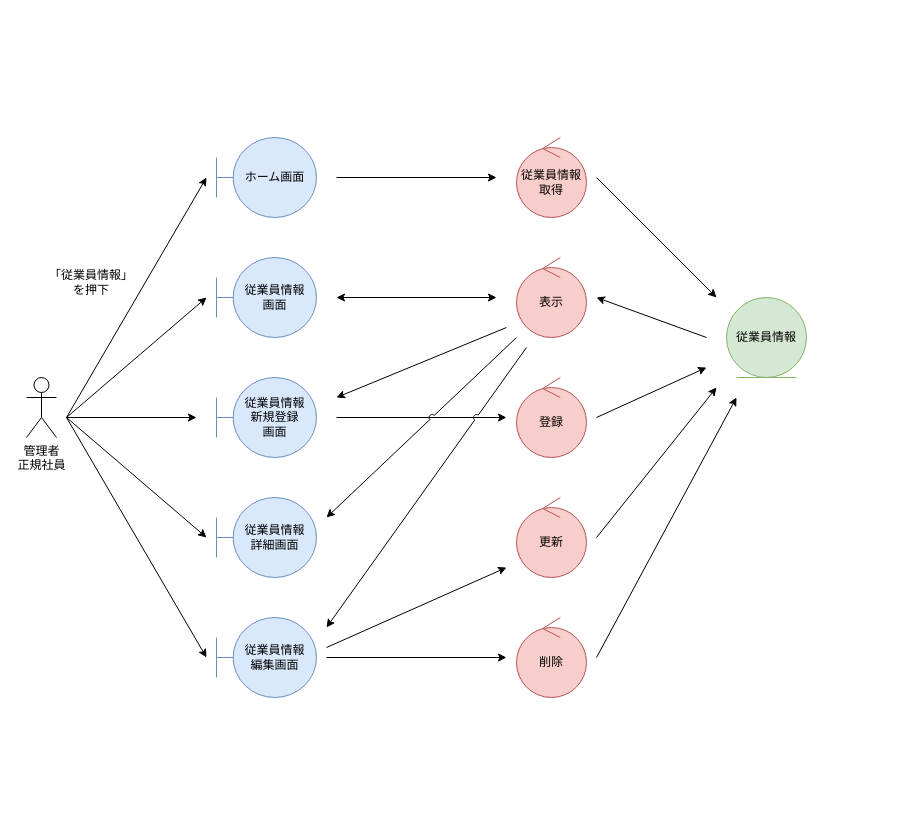
The draw.io diagram page "従業員情報管理" (1 of 8) of 各種設計書/3ロバストネス図/人事管理/従業員情報管理.drawio in HaruShim/Sotuken, before the edit. Source tidied: cells renumbered, new cells numbered last; positions are measured from the earlier drawing's top-left corner, leaving out a move shared by most shapes. Both pictures are drawn from the tidied source at 100%, with x=0, y=0 at pixel (26, 137).
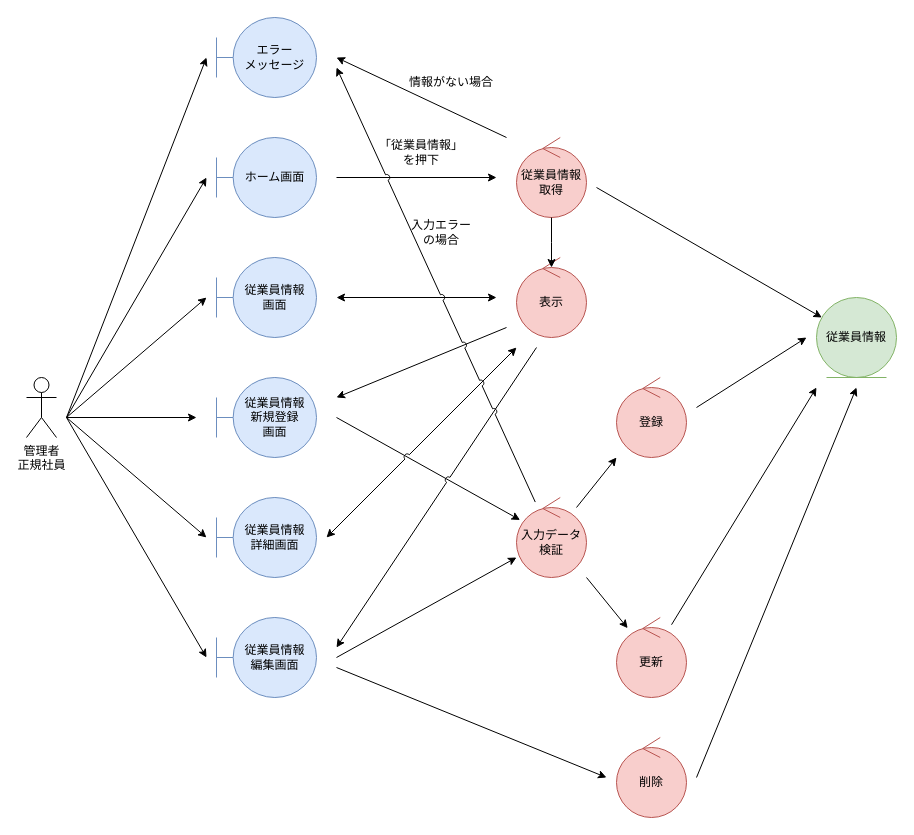
The same page after the edit.

Unchanged cells that the change refers to:
```xml
<mxCell id="6" value="従業員情報取得" style="ellipse;shape=umlControl;whiteSpace=wrap;html=1;fillColor=#f8cecc;strokeColor=#b85450;" parent="1" vertex="1">
  <mxGeometry x="490" width="70" height="80" as="geometry" />
</mxCell>
```

Diff of the diagram source:
```diff
@@
     <mxCell id="7" value="従業員情報" style="ellipse;shape=umlEntity;whiteSpace=wrap;html=1;fillColor=#d5e8d4;strokeColor=#82b366;" parent="1" vertex="1">
-      <mxGeometry x="700" y="160" width="80" height="80" as="geometry" />
+      <mxGeometry x="790" y="160" width="80" height="80" as="geometry" />
     </mxCell>
@@
     <mxCell id="9" value="登録" style="ellipse;shape=umlControl;whiteSpace=wrap;html=1;fillColor=#f8cecc;strokeColor=#b85450;" parent="1" vertex="1">
-      <mxGeometry x="490" y="240" width="70" height="80" as="geometry" />
+      <mxGeometry x="590" y="240" width="70" height="80" as="geometry" />
     </mxCell>
@@
     <mxCell id="11" value="更新" style="ellipse;shape=umlControl;whiteSpace=wrap;html=1;fillColor=#f8cecc;strokeColor=#b85450;" parent="1" vertex="1">
-      <mxGeometry x="490" y="360" width="70" height="80" as="geometry" />
+      <mxGeometry x="590" y="480" width="70" height="80" as="geometry" />
     </mxCell>
-    <mxCell id="12" value="削除" style="ellipse;shape=umlControl;whiteSpace=wrap;html=1;fillColor=#f8cecc;strokeColor=#b85450;" parent="1" vertex="1">
-      <mxGeometry x="490" y="480" width="70" height="80" as="geometry" />
-    </mxCell>
@@
-    <mxCell id="14" style="endArrow=classic;html=1;rounded=0;" parent="1" edge="1">
-      <mxGeometry relative="1" as="geometry">
-        <mxPoint x="570" y="40" as="sourcePoint" />
-        <mxPoint x="690" y="160" as="targetPoint" />
-      </mxGeometry>
-    </mxCell>
-    <mxCell id="15" style="endArrow=classic;html=1;rounded=0;" parent="1" edge="1">
-      <mxGeometry relative="1" as="geometry">
-        <mxPoint x="680" y="200" as="sourcePoint" />
-        <mxPoint x="570" y="160" as="targetPoint" />
-      </mxGeometry>
-    </mxCell>
@@
-    <mxCell id="17" style="endArrow=classic;html=1;rounded=0;" parent="1" edge="1">
-      <mxGeometry relative="1" as="geometry">
-        <mxPoint x="310" y="280" as="sourcePoint" />
-        <mxPoint x="480" y="280" as="targetPoint" />
-      </mxGeometry>
-    </mxCell>
-    <mxCell id="18" style="endArrow=classic;html=1;rounded=0;" parent="1" edge="1">
-      <mxGeometry relative="1" as="geometry">
-        <mxPoint x="570" y="280" as="sourcePoint" />
-        <mxPoint x="680" y="230" as="targetPoint" />
-      </mxGeometry>
-    </mxCell>
-    <mxCell id="19" style="endArrow=classic;html=1;rounded=0;jumpStyle=arc;" parent="1" edge="1">
-      <mxGeometry relative="1" as="geometry">
-        <mxPoint x="490" y="200" as="sourcePoint" />
-        <mxPoint x="300" y="380" as="targetPoint" />
-      </mxGeometry>
-    </mxCell>
@@
-    <mxCell id="21" style="endArrow=classic;html=1;rounded=0;jumpStyle=arc;" parent="1" edge="1">
-      <mxGeometry relative="1" as="geometry">
-        <mxPoint x="500" y="210" as="sourcePoint" />
-        <mxPoint x="300" y="490" as="targetPoint" />
-      </mxGeometry>
-    </mxCell>
-    <mxCell id="22" style="endArrow=classic;html=1;rounded=0;" parent="1" edge="1">
-      <mxGeometry relative="1" as="geometry">
-        <mxPoint x="300" y="510" as="sourcePoint" />
-        <mxPoint x="480" y="430" as="targetPoint" />
-      </mxGeometry>
-    </mxCell>
-    <mxCell id="23" style="endArrow=classic;html=1;rounded=0;" parent="1" edge="1">
-      <mxGeometry relative="1" as="geometry">
-        <mxPoint x="570" y="400" as="sourcePoint" />
-        <mxPoint x="690" y="250" as="targetPoint" />
-      </mxGeometry>
-    </mxCell>
-    <mxCell id="24" style="endArrow=classic;html=1;rounded=0;" parent="1" edge="1">
-      <mxGeometry relative="1" as="geometry">
-        <mxPoint x="300" y="520" as="sourcePoint" />
-        <mxPoint x="480" y="520" as="targetPoint" />
-      </mxGeometry>
-    </mxCell>
-    <mxCell id="25" style="endArrow=classic;html=1;rounded=0;" parent="1" edge="1">
-      <mxGeometry relative="1" as="geometry">
-        <mxPoint x="570" y="520" as="sourcePoint" />
-        <mxPoint x="710" y="260" as="targetPoint" />
-      </mxGeometry>
-    </mxCell>
     <mxCell id="26" value="「従業員情報」&lt;br&gt;を押下" style="text;html=1;strokeColor=none;fillColor=none;align=center;verticalAlign=middle;whiteSpace=wrap;rounded=0;" parent="1" vertex="1">
-      <mxGeometry x="20" y="130" width="90" height="30" as="geometry" />
+      <mxGeometry x="350" width="90" height="30" as="geometry" />
     </mxCell>
@@
+    <mxCell id="33" value="エラー&lt;br&gt;メッセージ" style="shape=umlBoundary;whiteSpace=wrap;html=1;fillColor=#dae8fc;strokeColor=#6c8ebf;" parent="1" vertex="1">
+      <mxGeometry x="190" y="-120" width="100" height="80" as="geometry" />
+    </mxCell>
+    <mxCell id="34" style="endArrow=classic;html=1;rounded=0;" parent="1" edge="1">
+      <mxGeometry relative="1" as="geometry">
+        <mxPoint x="480" as="sourcePoint" />
+        <mxPoint x="310" y="-80" as="targetPoint" />
+      </mxGeometry>
+    </mxCell>
+    <mxCell id="35" style="endArrow=classic;html=1;rounded=0;" parent="1" edge="1">
+      <mxGeometry relative="1" as="geometry">
+        <mxPoint x="40" y="280" as="sourcePoint" />
+        <mxPoint x="180" y="-80" as="targetPoint" />
+      </mxGeometry>
+    </mxCell>
+    <mxCell id="36" value="情報がない場合" style="text;html=1;strokeColor=none;fillColor=none;align=center;verticalAlign=middle;whiteSpace=wrap;rounded=0;" parent="1" vertex="1">
+      <mxGeometry x="380" y="-70" width="90" height="30" as="geometry" />
+    </mxCell>
+    <mxCell id="37" value="入力データ検証" style="ellipse;shape=umlControl;whiteSpace=wrap;html=1;fillColor=#f8cecc;strokeColor=#b85450;" parent="1" vertex="1">
+      <mxGeometry x="490" y="360" width="70" height="80" as="geometry" />
+    </mxCell>
+    <mxCell id="12" value="削除" style="ellipse;shape=umlControl;whiteSpace=wrap;html=1;fillColor=#f8cecc;strokeColor=#b85450;" parent="1" vertex="1">
+      <mxGeometry x="590" y="600" width="70" height="80" as="geometry" />
+    </mxCell>
+    <mxCell id="38" style="endArrow=classic;html=1;rounded=0;" parent="1" edge="1" target="37">
+      <mxGeometry relative="1" as="geometry">
+        <mxPoint x="310" y="280" as="sourcePoint" />
+      </mxGeometry>
+    </mxCell>
+    <mxCell id="39" style="endArrow=classic;html=1;rounded=0;" parent="1" edge="1">
+      <mxGeometry relative="1" as="geometry">
+        <mxPoint x="550" y="370" as="sourcePoint" />
+        <mxPoint x="590" y="320" as="targetPoint" />
+      </mxGeometry>
+    </mxCell>
+    <mxCell id="40" style="endArrow=classic;html=1;rounded=0;entryX=0;entryY=0.75;entryDx=0;entryDy=0;entryPerimeter=0;" parent="1" edge="1" target="37">
+      <mxGeometry relative="1" as="geometry">
+        <mxPoint x="310" y="520" as="sourcePoint" />
+      </mxGeometry>
+    </mxCell>
+    <mxCell id="41" style="endArrow=classic;html=1;rounded=0;" parent="1" edge="1" target="11">
+      <mxGeometry relative="1" as="geometry">
+        <mxPoint x="560" y="440" as="sourcePoint" />
+      </mxGeometry>
+    </mxCell>
+    <mxCell id="42" style="endArrow=classic;html=1;rounded=0;" parent="1" edge="1">
+      <mxGeometry relative="1" as="geometry">
+        <mxPoint x="670" y="270" as="sourcePoint" />
+        <mxPoint x="780" y="200" as="targetPoint" />
+      </mxGeometry>
+    </mxCell>
+    <mxCell id="43" style="endArrow=classic;html=1;rounded=0;" parent="1" edge="1" source="11">
+      <mxGeometry relative="1" as="geometry">
+        <mxPoint x="790" y="250" as="targetPoint" />
+      </mxGeometry>
+    </mxCell>
+    <mxCell id="44" style="endArrow=classic;html=1;rounded=0;" parent="1" edge="1">
+      <mxGeometry relative="1" as="geometry">
+        <mxPoint x="670" y="640" as="sourcePoint" />
+        <mxPoint x="830" y="250" as="targetPoint" />
+      </mxGeometry>
+    </mxCell>
+    <mxCell id="45" style="endArrow=classic;html=1;rounded=0;" parent="1" edge="1" target="7">
+      <mxGeometry relative="1" as="geometry">
+        <mxPoint x="570" y="50" as="sourcePoint" />
+      </mxGeometry>
+    </mxCell>
+    <mxCell id="46" style="endArrow=classic;html=1;rounded=0;" parent="1" edge="1">
+      <mxGeometry relative="1" as="geometry">
+        <mxPoint x="310" y="530" as="sourcePoint" />
+        <mxPoint x="580" y="640" as="targetPoint" />
+      </mxGeometry>
+    </mxCell>
+    <mxCell id="47" style="edgeStyle=orthogonalEdgeStyle;rounded=0;jettySize=auto;html=1;" parent="1" edge="1" source="6">
+      <mxGeometry relative="1" as="geometry">
+        <mxPoint x="525" y="130" as="targetPoint" />
+      </mxGeometry>
+    </mxCell>
+    <mxCell id="48" style="endArrow=classic;html=1;rounded=0;jumpStyle=arc;" parent="1" edge="1">
+      <mxGeometry relative="1" as="geometry">
+        <mxPoint x="510" y="210" as="sourcePoint" />
+        <mxPoint x="310" y="510" as="targetPoint" />
+      </mxGeometry>
+    </mxCell>
+    <mxCell id="49" style="endArrow=classic;startArrow=classic;html=1;rounded=0;jumpStyle=arc;" parent="1" edge="1">
+      <mxGeometry relative="1" as="geometry">
+        <mxPoint x="300" y="400" as="sourcePoint" />
+        <mxPoint x="490" y="210" as="targetPoint" />
+      </mxGeometry>
+    </mxCell>
+    <mxCell id="50" style="endArrow=classic;html=1;rounded=0;jumpStyle=arc;" parent="1" edge="1" source="37">
+      <mxGeometry relative="1" as="geometry">
+        <mxPoint x="310" y="-70" as="targetPoint" />
+      </mxGeometry>
+    </mxCell>
+    <mxCell id="51" value="入力エラー&lt;br&gt;の場合" style="text;html=1;strokeColor=none;fillColor=none;align=center;verticalAlign=middle;whiteSpace=wrap;rounded=0;" parent="1" vertex="1">
+      <mxGeometry x="370" y="80" width="90" height="30" as="geometry" />
+    </mxCell>
```
